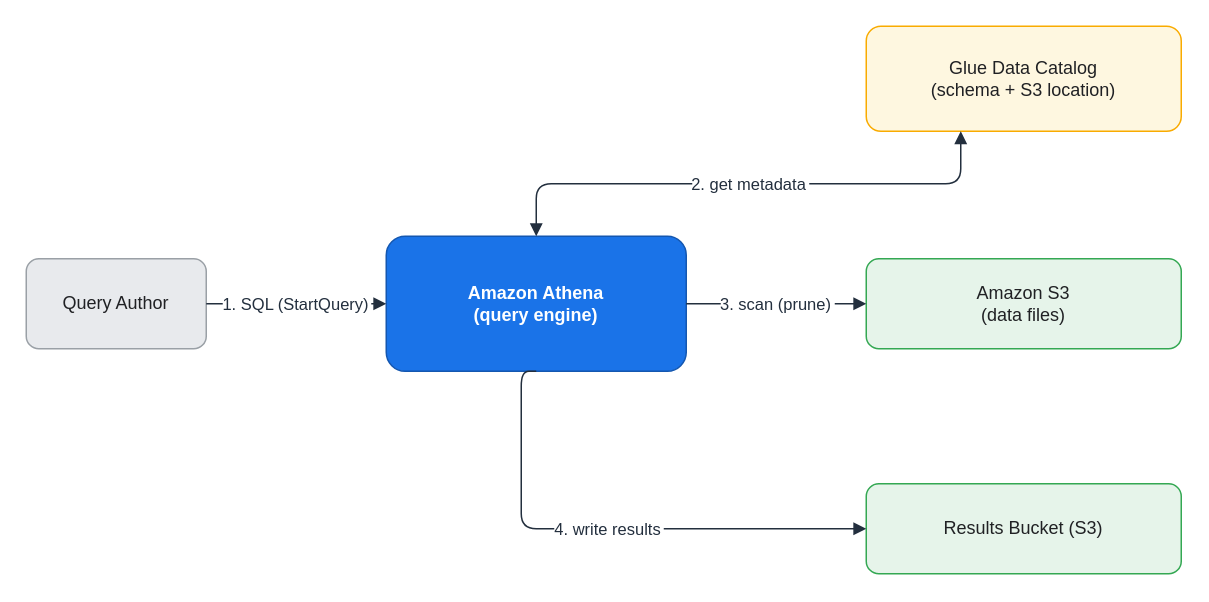
Earlier version of the draw.io diagram assets/img/aws/analytics-stack-05-query-flow.drawio (KKamJi98/kkamji98.github.io). Source tidied: cells renumbered, new cells numbered last; positions are measured from the earlier drawing's top-left corner, leaving out a move shared by most shapes. Both pictures are drawn from the tidied source at 150%, with x=0, y=0 at pixel (26, 26).
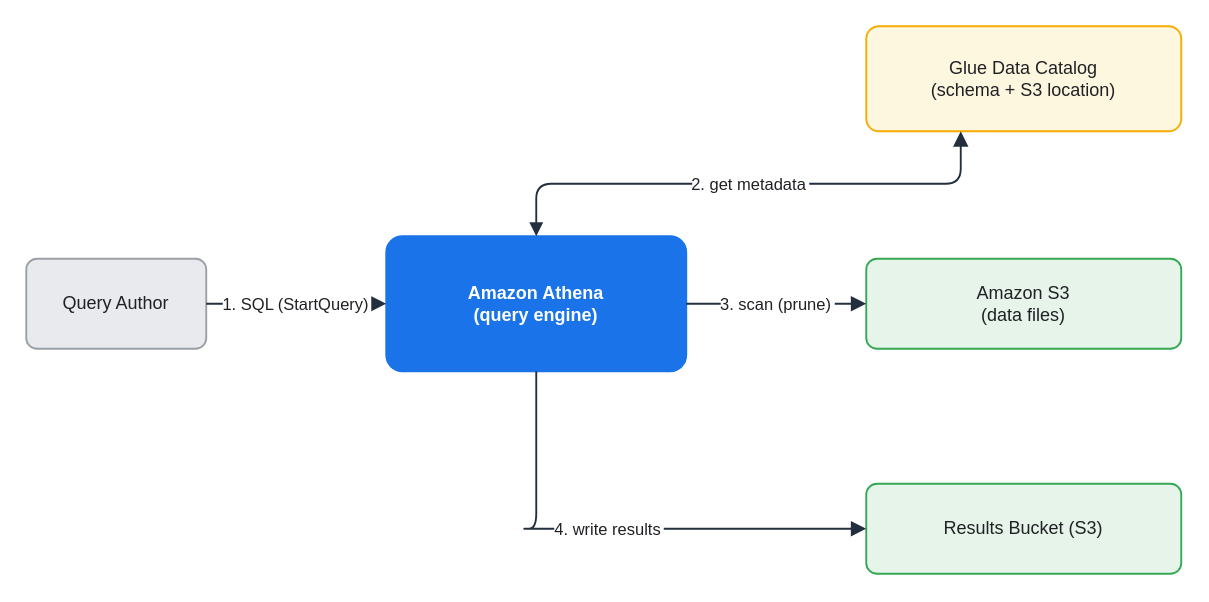
The same page after the edit.

The edit, as a diff of the source:
```diff
@@
-<mxGraphModel>
+<mxGraphModel background="#FFFFFF">
   <root>
     <mxCell id="0" />
     <mxCell id="1" parent="0" />
-    <mxCell id="2" value="Query Author" style="rounded=1;whiteSpace=wrap;html=0;arcSize=14;shadow=0;fillColor=#E8EAED;strokeColor=#9AA0A6;fontColor=#202124;" parent="1" vertex="1">
+    <mxCell id="2" value="Query Author" style="rounded=1;whiteSpace=wrap;html=0;arcSize=12;shadow=0;fillColor=#E8EAED;strokeColor=#9AA0A6;fontColor=#202124;strokeWidth=1.25;" parent="1" vertex="1">
       <mxGeometry y="155" width="120" height="60" as="geometry" />
     </mxCell>
-    <mxCell id="3" value="Amazon Athena&#10;(query engine)" style="rounded=1;whiteSpace=wrap;html=0;arcSize=14;shadow=0;fillColor=#1A73E8;strokeColor=#1457B0;fontColor=#FFFFFF;fontStyle=1;" parent="1" vertex="1">
+    <mxCell id="3" value="Amazon Athena&#10;(query engine)" style="rounded=1;whiteSpace=wrap;html=0;arcSize=12;shadow=0;fillColor=#1A73E8;strokeColor=#1A73E8;fontColor=#FFFFFF;fontStyle=1;strokeWidth=1.25;" parent="1" vertex="1">
       <mxGeometry x="240" y="140" width="200" height="90" as="geometry" />
     </mxCell>
-    <mxCell id="4" value="Glue Data Catalog&#10;(schema + S3 location)" style="rounded=1;whiteSpace=wrap;html=0;arcSize=14;shadow=0;fillColor=#FEF7E0;strokeColor=#F9AB00;fontColor=#202124;" parent="1" vertex="1">
+    <mxCell id="4" value="Glue Data Catalog&#10;(schema + S3 location)" style="rounded=1;whiteSpace=wrap;html=0;arcSize=12;shadow=0;fillColor=#FEF7E0;strokeColor=#F9AB00;fontColor=#202124;strokeWidth=1.25;" parent="1" vertex="1">
       <mxGeometry x="560" width="210" height="70" as="geometry" />
     </mxCell>
-    <mxCell id="5" value="Amazon S3&#10;(data files)" style="rounded=1;whiteSpace=wrap;html=0;arcSize=14;shadow=0;fillColor=#E6F4EA;strokeColor=#34A853;fontColor=#202124;" parent="1" vertex="1">
+    <mxCell id="5" value="Amazon S3&#10;(data files)" style="rounded=1;whiteSpace=wrap;html=0;arcSize=12;shadow=0;fillColor=#E6F4EA;strokeColor=#34A853;fontColor=#202124;strokeWidth=1.25;" parent="1" vertex="1">
       <mxGeometry x="560" y="155" width="210" height="60" as="geometry" />
     </mxCell>
-    <mxCell id="6" value="Results Bucket (S3)" style="rounded=1;whiteSpace=wrap;html=0;arcSize=14;shadow=0;fillColor=#E6F4EA;strokeColor=#34A853;fontColor=#202124;" parent="1" vertex="1">
+    <mxCell id="6" value="Results Bucket (S3)" style="rounded=1;whiteSpace=wrap;html=0;arcSize=12;shadow=0;fillColor=#E6F4EA;strokeColor=#34A853;fontColor=#202124;strokeWidth=1.25;" parent="1" vertex="1">
       <mxGeometry x="560" y="305" width="210" height="60" as="geometry" />
     </mxCell>
-    <mxCell id="7" value="1. SQL (StartQuery)" style="edgeStyle=orthogonalEdgeStyle;rounded=1;html=0;fontColor=#232F3E;strokeColor=#232F3E;labelBackgroundColor=#FFFFFF;endArrow=block;exitX=1;exitY=0.5;exitDx=0;exitDy=0;entryX=0;entryY=0.5;entryDx=0;entryDy=0;" parent="1" edge="1" source="2" target="3">
+    <mxCell id="7" value="1. SQL (StartQuery)" style="edgeStyle=orthogonalEdgeStyle;rounded=1;html=0;fontColor=#202124;strokeColor=#232F3E;labelBackgroundColor=#FFFFFF;endArrow=block;exitX=1;exitY=0.5;exitDx=0;exitDy=0;entryX=0;entryY=0.5;entryDx=0;entryDy=0;strokeWidth=1.25;endSize=7;" parent="1" edge="1" source="2" target="3">
       <mxGeometry relative="1" as="geometry" />
     </mxCell>
-    <mxCell id="8" value="2. get metadata" style="edgeStyle=orthogonalEdgeStyle;rounded=1;html=0;fontColor=#232F3E;strokeColor=#232F3E;labelBackgroundColor=#FFFFFF;startArrow=block;endArrow=block;exitX=0.5;exitY=0;exitDx=0;exitDy=0;entryX=0.3;entryY=1;entryDx=0;entryDy=0;" parent="1" edge="1" source="3" target="4">
+    <mxCell id="8" value="2. get metadata" style="edgeStyle=orthogonalEdgeStyle;rounded=1;html=0;fontColor=#202124;strokeColor=#232F3E;labelBackgroundColor=#FFFFFF;startArrow=block;endArrow=block;exitX=0.5;exitY=0;exitDx=0;exitDy=0;entryX=0.3;entryY=1;entryDx=0;entryDy=0;strokeWidth=1.25;endSize=7;" parent="1" edge="1" source="3" target="4">
       <mxGeometry relative="1" as="geometry" />
     </mxCell>
-    <mxCell id="9" value="3. scan (prune)" style="edgeStyle=orthogonalEdgeStyle;rounded=1;html=0;fontColor=#232F3E;strokeColor=#232F3E;labelBackgroundColor=#FFFFFF;endArrow=block;exitX=1;exitY=0.5;exitDx=0;exitDy=0;entryX=0;entryY=0.5;entryDx=0;entryDy=0;" parent="1" edge="1" source="3" target="5">
+    <mxCell id="9" value="3. scan (prune)" style="edgeStyle=orthogonalEdgeStyle;rounded=1;html=0;fontColor=#202124;strokeColor=#232F3E;labelBackgroundColor=#FFFFFF;endArrow=block;exitX=1;exitY=0.5;exitDx=0;exitDy=0;entryX=0;entryY=0.5;entryDx=0;entryDy=0;strokeWidth=1.25;endSize=7;" parent="1" edge="1" source="3" target="5">
       <mxGeometry relative="1" as="geometry" />
     </mxCell>
-    <mxCell id="10" value="4. write results" style="edgeStyle=orthogonalEdgeStyle;rounded=1;html=0;fontColor=#232F3E;strokeColor=#232F3E;labelBackgroundColor=#FFFFFF;endArrow=block;exitX=0.5;exitY=1;exitDx=0;exitDy=0;entryX=0;entryY=0.5;entryDx=0;entryDy=0;" parent="1" edge="1" source="3" target="6">
+    <mxCell id="10" value="4. write results" style="edgeStyle=orthogonalEdgeStyle;rounded=1;html=0;fontColor=#202124;strokeColor=#232F3E;labelBackgroundColor=#FFFFFF;endArrow=block;exitX=0.5;exitY=1;exitDx=0;exitDy=0;entryX=0;entryY=0.5;entryDx=0;entryDy=0;strokeWidth=1.25;endSize=7;" parent="1" edge="1" source="3" target="6">
       <mxGeometry relative="1" as="geometry">
         <Array as="points">
+          <mxPoint x="340" y="335" />
           <mxPoint x="330" y="335" />
         </Array>
       </mxGeometry>
     </mxCell>
   </root>
 </mxGraphModel>
```
